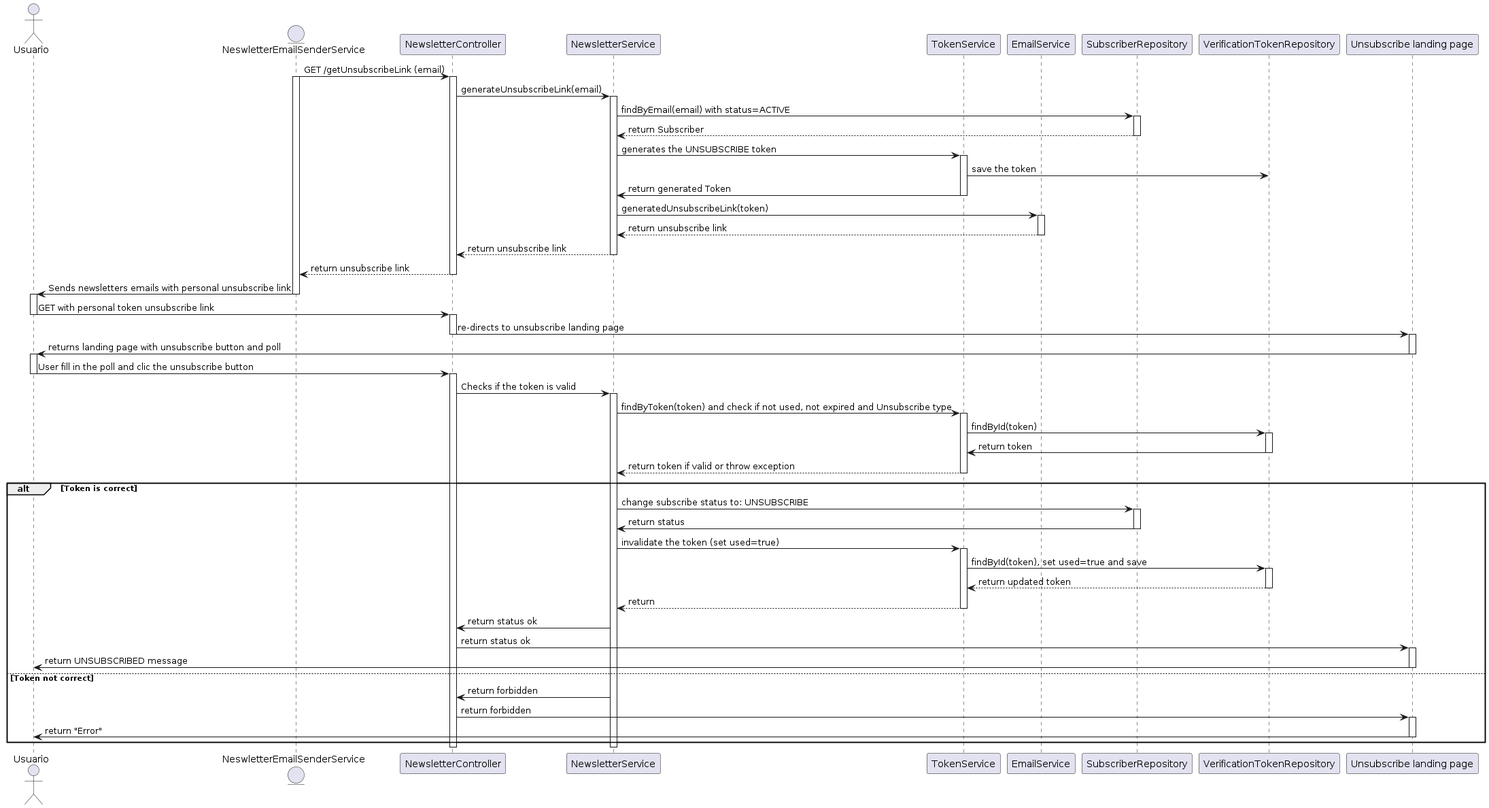
The PlantUML diagram out/plantUML/unsubscribe_sequence_diagram/unsubscribe_sequence_diagram.png in raullopezpenalva/Newsletter-Service, before a commit.
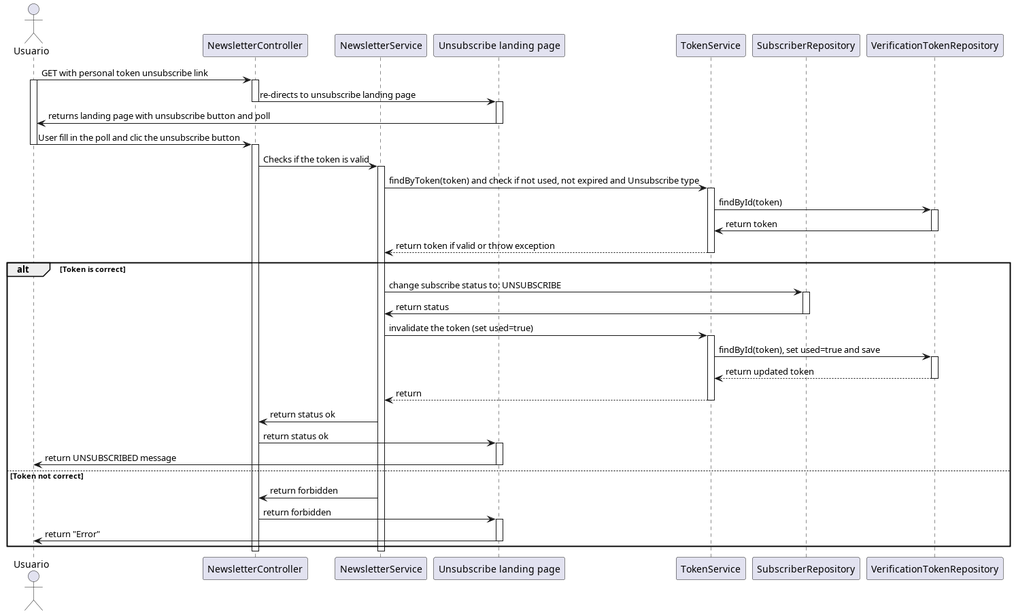
Later version of the same file.

Commit message:
Update README.md to include subscription and unsubscribe flow diagrams; add unsubscribe link generation sequence diagram

What changed in the source:
```diff
@@ -1,42 +1,15 @@
 @startuml unsubscribe_sequence_diagram
 actor Usuario
-entity "NeswletterEmailSenderService" as EmailSenderService
 
 participant "NewsletterController" as Controller
 participant "NewsletterService" as Service
+participant "Unsubscribe landing page" as FrontendService
 participant "TokenService" as TokenService
-participant "EmailService" as EmailService
 participant "SubscriberRepository" as Repo
 participant "VerificationTokenRepository" as TokenRepo
-participant "Unsubscribe landing page" as FrontendService
 
-EmailSenderService -> Controller : GET /getUnsubscribeLink (email)
-activate EmailSenderService
-activate Controller
-Controller -> Service : generateUnsubscribeLink(email)
-activate Service
-Service -> Repo : findByEmail(email) with status=ACTIVE
-activate Repo
-Repo --> Service : return Subscriber
-deactivate Repo
-Service -> TokenService : generates the UNSUBSCRIBE token
-activate TokenService
-TokenService -> TokenRepo : save the token
-TokenService -> Service : return generated Token
-deactivate TokenService
-Service -> EmailService : generatedUnsubscribeLink(token)
-activate EmailService
-EmailService --> Service : return unsubscribe link
-deactivate EmailService
-Service --> Controller : return unsubscribe link
-deactivate Service
-Controller --> EmailSenderService : return unsubscribe link
-deactivate Controller
-EmailSenderService -> Usuario : Sends newsletters emails with personal unsubscribe link
-deactivate EmailSenderService
+Usuario -> Controller : GET with personal token unsubscribe link
 activate Usuario
-Usuario -> Controller : GET with personal token unsubscribe link
-deactivate Usuario
 
 activate Controller
 Controller -> FrontendService : re-directs to unsubscribe landing page
@@ -46,7 +19,6 @@
 FrontendService -> Usuario : returns landing page with unsubscribe button and poll
 deactivate FrontendService
 
-activate Usuario
 Usuario -> Controller : User fill in the poll and clic the unsubscribe button
 deactivate Usuario
 activate Controller
```
